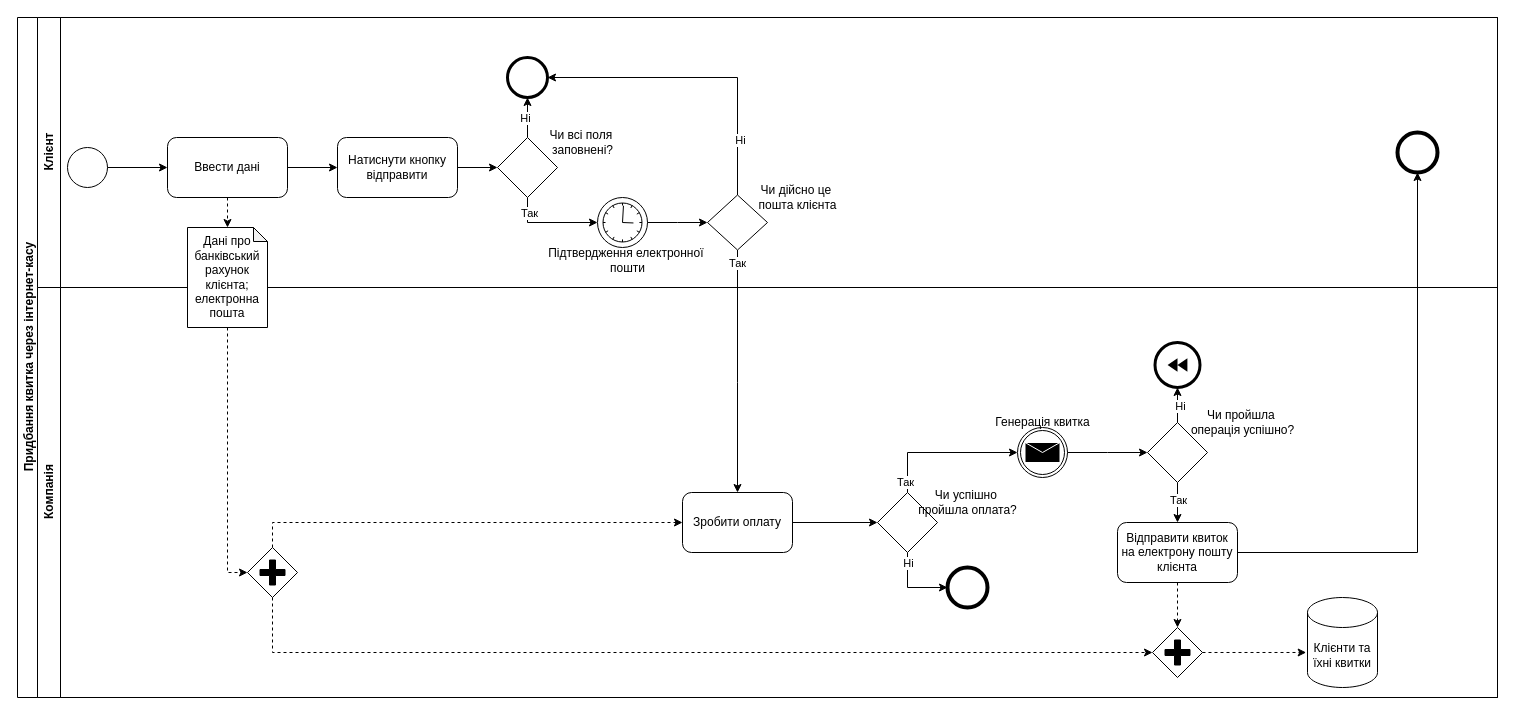
The draw.io diagram bnpm.drawio in n3wb1e05/qa-qc-labs, before the edit. Source tidied: cells renumbered, new cells numbered last; positions are measured from the earlier drawing's top-left corner, leaving out a move shared by most shapes. Both pictures are drawn from the tidied source at 100%, with x=0, y=0 at pixel (17, 17).
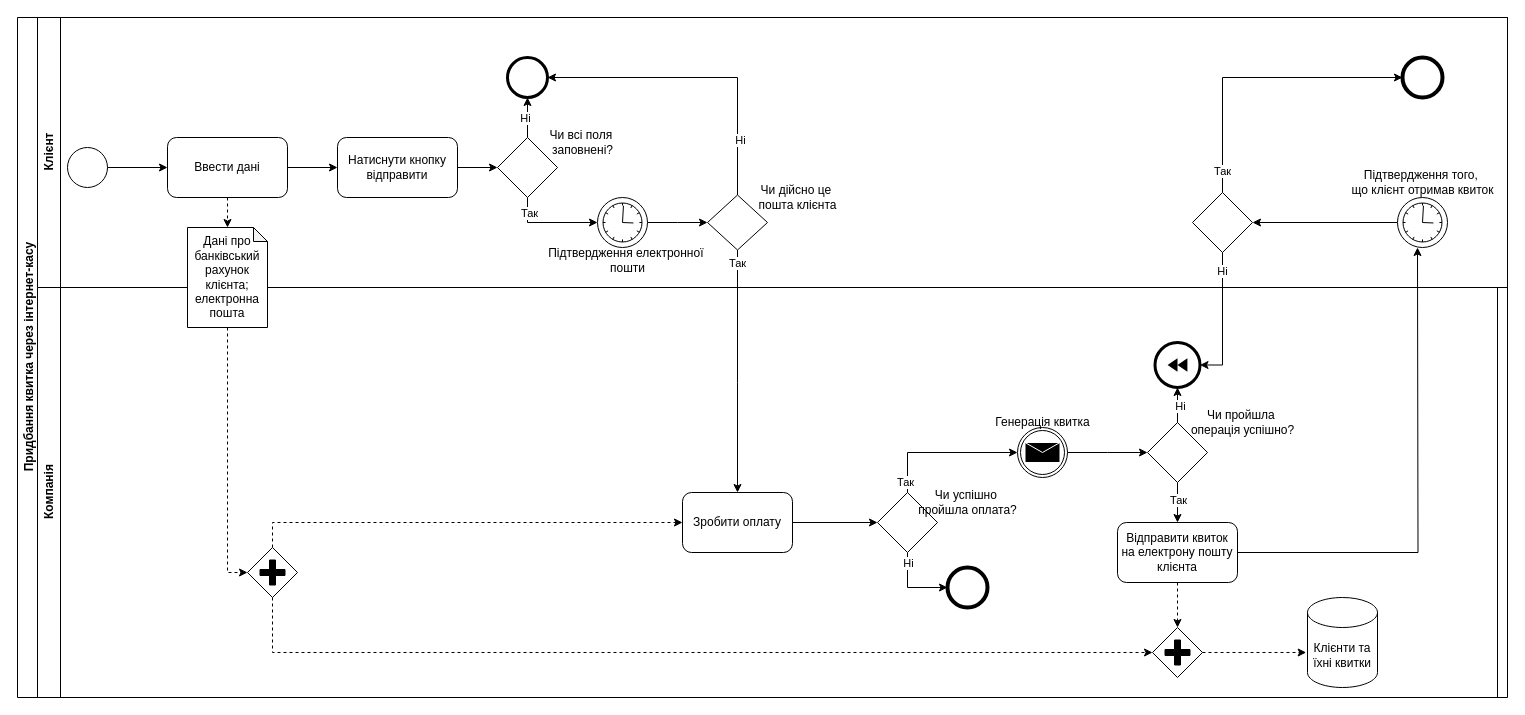
Above is the later version.

Unchanged cells that the change refers to:
```xml
<mxCell id="27" style="points=[[0.145,0.145,0],[0.5,0,0],[0.855,0.145,0],[1,0.5,0],[0.855,0.855,0],[0.5,1,0],[0.145,0.855,0],[0,0.5,0]];shape=mxgraph.bpmn.event;html=1;verticalLabelPosition=bottom;labelBackgroundColor=#ffffff;verticalAlign=top;align=center;perimeter=ellipsePerimeter;outlineConnect=0;outline=end;symbol=compensation;" parent="3" vertex="1">
  <mxGeometry x="1117.5" y="55" width="45" height="45" as="geometry" />
</mxCell>
<mxCell id="31" value="Відправити квиток на електрону пошту клієнта" style="rounded=1;whiteSpace=wrap;html=1;" parent="3" vertex="1">
  <mxGeometry x="1080" y="235" width="120" height="60" as="geometry" />
</mxCell>
```

Change to the diagram source:
```diff
@@
     <mxCell id="2" value="Придбання квитка через інтернет-касу" style="swimlane;horizontal=0;whiteSpace=wrap;html=1;" parent="1" vertex="1">
-      <mxGeometry width="1480" height="680" as="geometry" />
+      <mxGeometry width="1490" height="680" as="geometry" />
     </mxCell>
@@
     <mxCell id="32" value="Клієнт" style="swimlane;horizontal=0;whiteSpace=wrap;html=1;startSize=23;" parent="2" vertex="1">
-      <mxGeometry x="20" width="1460" height="270" as="geometry" />
+      <mxGeometry x="20" width="1470" height="270" as="geometry" />
     </mxCell>
@@
-    <mxCell id="55" style="ellipse;whiteSpace=wrap;html=1;strokeWidth=4;" parent="32" vertex="1">
-      <mxGeometry x="1360" y="115" width="40" height="40" as="geometry" />
-    </mxCell>
+    <mxCell id="60" style="ellipse;whiteSpace=wrap;html=1;strokeWidth=4;" parent="32" vertex="1">
+      <mxGeometry x="1365" y="40" width="40" height="40" as="geometry" />
+    </mxCell>
+    <mxCell id="61" style="edgeStyle=orthogonalEdgeStyle;rounded=0;jettySize=auto;html=1;exitX=0;exitY=0.5;exitDx=0;exitDy=0;exitPerimeter=0;entryX=1;entryY=0.5;entryDx=0;entryDy=0;" parent="32" edge="1" source="62" target="63">
+      <mxGeometry relative="1" as="geometry" />
+    </mxCell>
+    <mxCell id="62" style="points=[[0.145,0.145,0],[0.5,0,0],[0.855,0.145,0],[1,0.5,0],[0.855,0.855,0],[0.5,1,0],[0.145,0.855,0],[0,0.5,0]];shape=mxgraph.bpmn.event;html=1;verticalLabelPosition=bottom;labelBackgroundColor=#ffffff;verticalAlign=top;align=center;perimeter=ellipsePerimeter;outlineConnect=0;outline=standard;symbol=timer;" parent="32" vertex="1">
+      <mxGeometry x="1360" y="180" width="50" height="50" as="geometry" />
+    </mxCell>
+    <mxCell id="63" style="rhombus;whiteSpace=wrap;html=1;" parent="32" vertex="1">
+      <mxGeometry x="1155" y="175" width="60" height="60" as="geometry" />
+    </mxCell>
+    <mxCell id="64" value="Підтвердження того,&amp;nbsp;&lt;div&gt;що клієнт отримав квиток&lt;/div&gt;" style="text;html=1;align=center;verticalAlign=middle;strokeColor=none;fillColor=none;" parent="32" vertex="1">
+      <mxGeometry x="1300" y="145" width="170" height="40" as="geometry" />
+    </mxCell>
+    <mxCell id="65" style="endArrow=classic;html=1;rounded=0;exitX=0.5;exitY=0;exitDx=0;exitDy=0;entryX=0;entryY=0.5;entryDx=0;entryDy=0;" parent="32" edge="1" source="63" target="60">
+      <mxGeometry relative="1" as="geometry">
+        <Array as="points">
+          <mxPoint x="1185" y="60" />
+        </Array>
+      </mxGeometry>
+    </mxCell>
+    <mxCell id="66" value="Так" style="edgeLabel;html=1;align=center;verticalAlign=middle;" parent="65" vertex="1">
+      <mxGeometry x="-0.85" y="1" relative="1" as="geometry" />
+    </mxCell>
@@
-    <mxCell id="59" style="edgeStyle=orthogonalEdgeStyle;rounded=0;jettySize=auto;html=1;entryX=0.5;entryY=1;entryDx=0;entryDy=0;" parent="2" edge="1" source="31" target="55">
-      <mxGeometry relative="1" as="geometry" />
+    <mxCell id="59" style="edgeStyle=orthogonalEdgeStyle;rounded=0;jettySize=auto;html=1;" parent="2" edge="1" source="31">
+      <mxGeometry relative="1" as="geometry">
+        <mxPoint x="1400" y="230" as="targetPoint" />
+      </mxGeometry>
     </mxCell>
+    <mxCell id="67" style="edgeStyle=orthogonalEdgeStyle;rounded=0;jettySize=auto;html=1;exitX=0.5;exitY=1;exitDx=0;exitDy=0;entryX=1;entryY=0.5;entryDx=0;entryDy=0;entryPerimeter=0;" parent="2" edge="1" source="63" target="27">
+      <mxGeometry relative="1" as="geometry" />
+    </mxCell>
+    <mxCell id="68" value="Ні" style="edgeLabel;html=1;align=center;verticalAlign=middle;" parent="67" vertex="1">
+      <mxGeometry x="-0.74" y="-1" relative="1" as="geometry" />
+    </mxCell>
```
